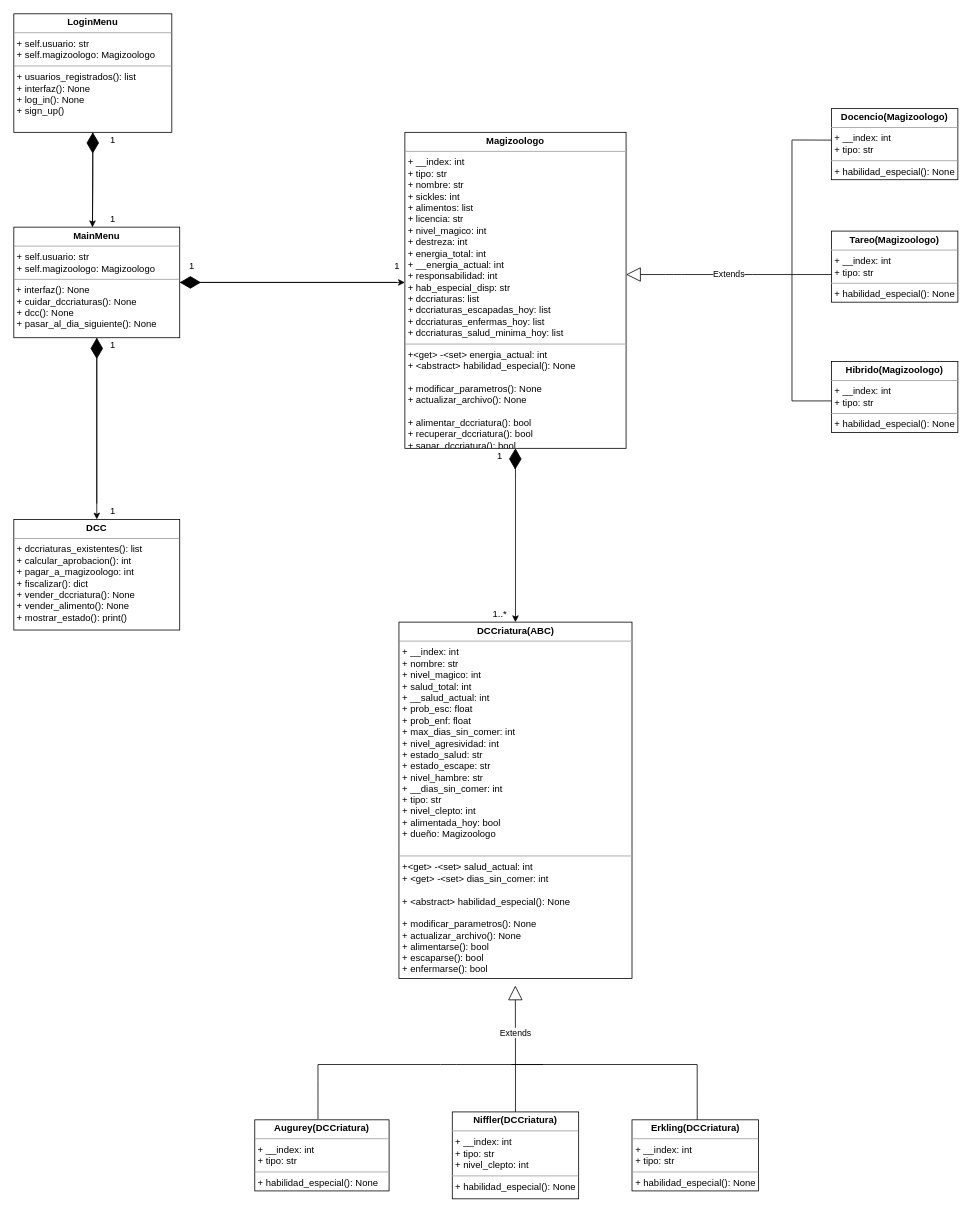
This is Tareas/T01/class_diagram.drawio from rieg-ec/IIC-2233, a draw.io file, before an edit. Source tidied: cells renumbered, new cells numbered last; positions are measured from the earlier drawing's top-left corner, leaving out a move shared by most shapes. Both pictures are drawn from the tidied source at 79%, with x=0, y=0 at pixel (13, 13).
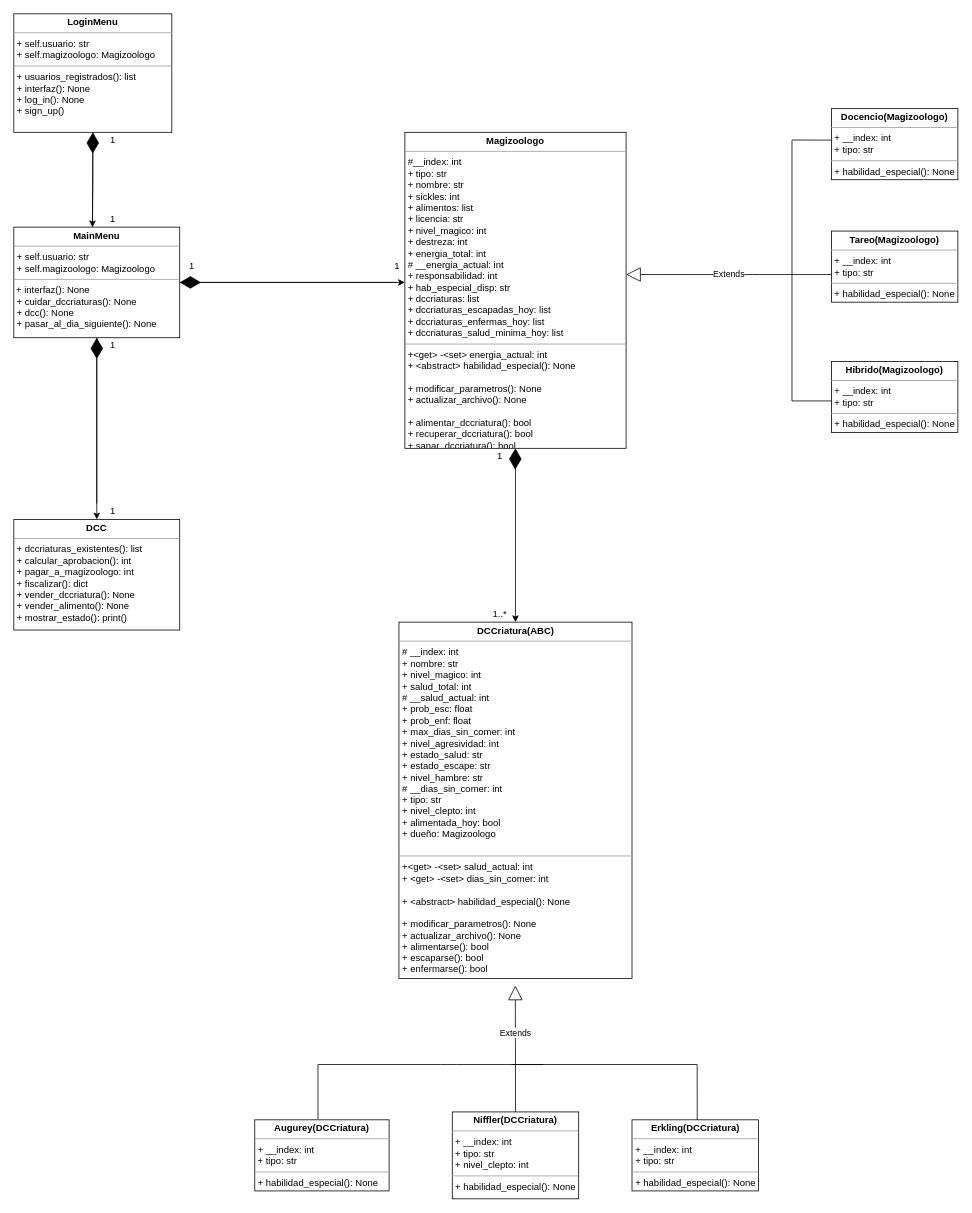
The same diagram, later.

The edit, as a diff of the source:
```diff
@@
-    <mxCell id="8" value="&lt;p style=&quot;margin: 0px ; margin-top: 4px ; text-align: center&quot;&gt;&lt;b&gt;Magizoologo&lt;/b&gt;&lt;/p&gt;&lt;hr size=&quot;1&quot;&gt;&lt;p style=&quot;margin: 0px ; margin-left: 4px&quot;&gt;+ __index: int&lt;/p&gt;&lt;p style=&quot;margin: 0px ; margin-left: 4px&quot;&gt;+ tipo: str&lt;/p&gt;&lt;p style=&quot;margin: 0px ; margin-left: 4px&quot;&gt;+ nombre: str&lt;/p&gt;&lt;p style=&quot;margin: 0px ; margin-left: 4px&quot;&gt;+ sickles: int&lt;/p&gt;&lt;p style=&quot;margin: 0px ; margin-left: 4px&quot;&gt;+ alimentos: list&lt;/p&gt;&lt;p style=&quot;margin: 0px ; margin-left: 4px&quot;&gt;+ licencia: str&lt;/p&gt;&lt;p style=&quot;margin: 0px ; margin-left: 4px&quot;&gt;+ nivel_magico: int&lt;/p&gt;&lt;p style=&quot;margin: 0px ; margin-left: 4px&quot;&gt;+ destreza: int&lt;/p&gt;&lt;p style=&quot;margin: 0px ; margin-left: 4px&quot;&gt;+ energia_total: int&lt;/p&gt;&lt;p style=&quot;margin: 0px ; margin-left: 4px&quot;&gt;+ __energia_actual: int&lt;/p&gt;&lt;p style=&quot;margin: 0px ; margin-left: 4px&quot;&gt;+ responsabilidad: int&lt;/p&gt;&lt;p style=&quot;margin: 0px ; margin-left: 4px&quot;&gt;+ hab_especial_disp: str&lt;/p&gt;&lt;p style=&quot;margin: 0px ; margin-left: 4px&quot;&gt;+ dccriaturas: list&lt;/p&gt;&lt;p style=&quot;margin: 0px ; margin-left: 4px&quot;&gt;+ dccriaturas_escapadas_hoy: list&lt;/p&gt;&lt;p style=&quot;margin: 0px ; margin-left: 4px&quot;&gt;+ dccriaturas_enfermas_hoy: list&lt;/p&gt;&lt;p style=&quot;margin: 0px ; margin-left: 4px&quot;&gt;+ dccriaturas_salud_minima_hoy: list&lt;/p&gt;&lt;hr size=&quot;1&quot;&gt;&lt;p style=&quot;margin: 0px ; margin-left: 4px&quot;&gt;+&amp;lt;get&amp;gt; -&amp;lt;set&amp;gt; energia_actual: int&lt;/p&gt;&lt;p style=&quot;margin: 0px ; margin-left: 4px&quot;&gt;+ &amp;lt;abstract&amp;gt; habilidad_especial(): None&lt;/p&gt;&lt;p style=&quot;margin: 0px ; margin-left: 4px&quot;&gt;&lt;br&gt;&lt;/p&gt;&lt;p style=&quot;margin: 0px ; margin-left: 4px&quot;&gt;+ modificar_parametros(): None&lt;/p&gt;&lt;p style=&quot;margin: 0px ; margin-left: 4px&quot;&gt;+ actualizar_archivo(): None&lt;/p&gt;&lt;p style=&quot;margin: 0px ; margin-left: 4px&quot;&gt;&lt;br&gt;&lt;/p&gt;&lt;p style=&quot;margin: 0px ; margin-left: 4px&quot;&gt;+ alimentar_dccriatura(): bool&lt;/p&gt;&lt;p style=&quot;margin: 0px ; margin-left: 4px&quot;&gt;+ recuperar_dccriatura(): bool&lt;/p&gt;&lt;p style=&quot;margin: 0px ; margin-left: 4px&quot;&gt;+ sanar_dccriatura(): bool&lt;/p&gt;&lt;p style=&quot;margin: 0px ; margin-left: 4px&quot;&gt;&lt;br&gt;&lt;/p&gt;" style="verticalAlign=top;align=left;overflow=fill;fontSize=12;fontFamily=Helvetica;html=1;" parent="1" vertex="1">
+    <mxCell id="8" value="&lt;p style=&quot;margin: 0px ; margin-top: 4px ; text-align: center&quot;&gt;&lt;b&gt;Magizoologo&lt;/b&gt;&lt;/p&gt;&lt;hr size=&quot;1&quot;&gt;&lt;p style=&quot;margin: 0px ; margin-left: 4px&quot;&gt;#__index: int&lt;/p&gt;&lt;p style=&quot;margin: 0px ; margin-left: 4px&quot;&gt;+ tipo: str&lt;/p&gt;&lt;p style=&quot;margin: 0px ; margin-left: 4px&quot;&gt;+ nombre: str&lt;/p&gt;&lt;p style=&quot;margin: 0px ; margin-left: 4px&quot;&gt;+ sickles: int&lt;/p&gt;&lt;p style=&quot;margin: 0px ; margin-left: 4px&quot;&gt;+ alimentos: list&lt;/p&gt;&lt;p style=&quot;margin: 0px ; margin-left: 4px&quot;&gt;+ licencia: str&lt;/p&gt;&lt;p style=&quot;margin: 0px ; margin-left: 4px&quot;&gt;+ nivel_magico: int&lt;/p&gt;&lt;p style=&quot;margin: 0px ; margin-left: 4px&quot;&gt;+ destreza: int&lt;/p&gt;&lt;p style=&quot;margin: 0px ; margin-left: 4px&quot;&gt;+ energia_total: int&lt;/p&gt;&lt;p style=&quot;margin: 0px ; margin-left: 4px&quot;&gt;# __energia_actual: int&lt;/p&gt;&lt;p style=&quot;margin: 0px ; margin-left: 4px&quot;&gt;+ responsabilidad: int&lt;/p&gt;&lt;p style=&quot;margin: 0px ; margin-left: 4px&quot;&gt;+ hab_especial_disp: str&lt;/p&gt;&lt;p style=&quot;margin: 0px ; margin-left: 4px&quot;&gt;+ dccriaturas: list&lt;/p&gt;&lt;p style=&quot;margin: 0px ; margin-left: 4px&quot;&gt;+ dccriaturas_escapadas_hoy: list&lt;/p&gt;&lt;p style=&quot;margin: 0px ; margin-left: 4px&quot;&gt;+ dccriaturas_enfermas_hoy: list&lt;/p&gt;&lt;p style=&quot;margin: 0px ; margin-left: 4px&quot;&gt;+ dccriaturas_salud_minima_hoy: list&lt;/p&gt;&lt;hr size=&quot;1&quot;&gt;&lt;p style=&quot;margin: 0px ; margin-left: 4px&quot;&gt;+&amp;lt;get&amp;gt; -&amp;lt;set&amp;gt; energia_actual: int&lt;/p&gt;&lt;p style=&quot;margin: 0px ; margin-left: 4px&quot;&gt;+ &amp;lt;abstract&amp;gt; habilidad_especial(): None&lt;/p&gt;&lt;p style=&quot;margin: 0px ; margin-left: 4px&quot;&gt;&lt;br&gt;&lt;/p&gt;&lt;p style=&quot;margin: 0px ; margin-left: 4px&quot;&gt;+ modificar_parametros(): None&lt;/p&gt;&lt;p style=&quot;margin: 0px ; margin-left: 4px&quot;&gt;+ actualizar_archivo(): None&lt;/p&gt;&lt;p style=&quot;margin: 0px ; margin-left: 4px&quot;&gt;&lt;br&gt;&lt;/p&gt;&lt;p style=&quot;margin: 0px ; margin-left: 4px&quot;&gt;+ alimentar_dccriatura(): bool&lt;/p&gt;&lt;p style=&quot;margin: 0px ; margin-left: 4px&quot;&gt;+ recuperar_dccriatura(): bool&lt;/p&gt;&lt;p style=&quot;margin: 0px ; margin-left: 4px&quot;&gt;+ sanar_dccriatura(): bool&lt;/p&gt;&lt;p style=&quot;margin: 0px ; margin-left: 4px&quot;&gt;&lt;br&gt;&lt;/p&gt;" style="verticalAlign=top;align=left;overflow=fill;fontSize=12;fontFamily=Helvetica;html=1;" parent="1" vertex="1">
       <mxGeometry x="495" y="150" width="280" height="400" as="geometry" />
     </mxCell>
@@
-    <mxCell id="12" value="&lt;p style=&quot;margin: 0px ; margin-top: 4px ; text-align: center&quot;&gt;&lt;b&gt;DCCriatura(ABC)&lt;/b&gt;&lt;/p&gt;&lt;hr size=&quot;1&quot;&gt;&lt;p style=&quot;margin: 0px ; margin-left: 4px&quot;&gt;+ __index: int&lt;/p&gt;&lt;p style=&quot;margin: 0px ; margin-left: 4px&quot;&gt;+ nombre: str&lt;/p&gt;&lt;p style=&quot;margin: 0px ; margin-left: 4px&quot;&gt;+ nivel_magico: int&lt;/p&gt;&lt;p style=&quot;margin: 0px ; margin-left: 4px&quot;&gt;+ salud_total: int&lt;/p&gt;&lt;p style=&quot;margin: 0px ; margin-left: 4px&quot;&gt;+ __salud_actual: int&lt;/p&gt;&lt;p style=&quot;margin: 0px ; margin-left: 4px&quot;&gt;+ prob_esc: float&lt;/p&gt;&lt;p style=&quot;margin: 0px ; margin-left: 4px&quot;&gt;+ prob_enf: float&lt;/p&gt;&lt;p style=&quot;margin: 0px ; margin-left: 4px&quot;&gt;+ max_dias_sin_comer: int&lt;/p&gt;&lt;p style=&quot;margin: 0px ; margin-left: 4px&quot;&gt;+ nivel_agresividad: int&lt;/p&gt;&lt;p style=&quot;margin: 0px ; margin-left: 4px&quot;&gt;+ estado_salud: str&lt;/p&gt;&lt;p style=&quot;margin: 0px ; margin-left: 4px&quot;&gt;+ estado_escape: str&lt;/p&gt;&lt;p style=&quot;margin: 0px ; margin-left: 4px&quot;&gt;+ nivel_hambre: str&lt;/p&gt;&lt;p style=&quot;margin: 0px ; margin-left: 4px&quot;&gt;+ __dias_sin_comer: int&lt;/p&gt;&lt;p style=&quot;margin: 0px ; margin-left: 4px&quot;&gt;+ tipo: str&lt;/p&gt;&lt;p style=&quot;margin: 0px ; margin-left: 4px&quot;&gt;+ nivel_clepto: int&lt;/p&gt;&lt;p style=&quot;margin: 0px ; margin-left: 4px&quot;&gt;+ alimentada_hoy: bool&lt;/p&gt;&lt;p style=&quot;margin: 0px ; margin-left: 4px&quot;&gt;+ dueño: Magizoologo&lt;/p&gt;&lt;p style=&quot;margin: 0px ; margin-left: 4px&quot;&gt;&lt;br&gt;&lt;/p&gt;&lt;hr size=&quot;1&quot;&gt;&lt;p style=&quot;margin: 0px ; margin-left: 4px&quot;&gt;+&amp;lt;get&amp;gt; -&amp;lt;set&amp;gt; salud_actual: int&lt;/p&gt;&lt;p style=&quot;margin: 0px ; margin-left: 4px&quot;&gt;+ &amp;lt;get&amp;gt; -&amp;lt;set&amp;gt; dias_sin_comer: int&lt;/p&gt;&lt;p style=&quot;margin: 0px ; margin-left: 4px&quot;&gt;&lt;br&gt;&lt;/p&gt;&lt;p style=&quot;margin: 0px ; margin-left: 4px&quot;&gt;+ &amp;lt;abstract&amp;gt; habilidad_especial(): None&lt;/p&gt;&lt;p style=&quot;margin: 0px ; margin-left: 4px&quot;&gt;&lt;br&gt;&lt;/p&gt;&lt;p style=&quot;margin: 0px ; margin-left: 4px&quot;&gt;+ modificar_parametros(): None&lt;/p&gt;&lt;p style=&quot;margin: 0px ; margin-left: 4px&quot;&gt;+ actualizar_archivo(): None&lt;/p&gt;&lt;p style=&quot;margin: 0px ; margin-left: 4px&quot;&gt;+ alimentarse(): bool&lt;/p&gt;&lt;p style=&quot;margin: 0px ; margin-left: 4px&quot;&gt;+ escaparse(): bool&lt;/p&gt;&lt;p style=&quot;margin: 0px ; margin-left: 4px&quot;&gt;+ enfermarse(): bool&lt;/p&gt;&lt;p style=&quot;margin: 0px ; margin-left: 4px&quot;&gt;&lt;br&gt;&lt;/p&gt;" style="verticalAlign=top;align=left;overflow=fill;fontSize=12;fontFamily=Helvetica;html=1;" parent="1" vertex="1">
+    <mxCell id="12" value="&lt;p style=&quot;margin: 0px ; margin-top: 4px ; text-align: center&quot;&gt;&lt;b&gt;DCCriatura(ABC)&lt;/b&gt;&lt;/p&gt;&lt;hr size=&quot;1&quot;&gt;&lt;p style=&quot;margin: 0px ; margin-left: 4px&quot;&gt;# __index: int&lt;/p&gt;&lt;p style=&quot;margin: 0px ; margin-left: 4px&quot;&gt;+ nombre: str&lt;/p&gt;&lt;p style=&quot;margin: 0px ; margin-left: 4px&quot;&gt;+ nivel_magico: int&lt;/p&gt;&lt;p style=&quot;margin: 0px ; margin-left: 4px&quot;&gt;+ salud_total: int&lt;/p&gt;&lt;p style=&quot;margin: 0px ; margin-left: 4px&quot;&gt;# __salud_actual: int&lt;/p&gt;&lt;p style=&quot;margin: 0px ; margin-left: 4px&quot;&gt;+ prob_esc: float&lt;/p&gt;&lt;p style=&quot;margin: 0px ; margin-left: 4px&quot;&gt;+ prob_enf: float&lt;/p&gt;&lt;p style=&quot;margin: 0px ; margin-left: 4px&quot;&gt;+ max_dias_sin_comer: int&lt;/p&gt;&lt;p style=&quot;margin: 0px ; margin-left: 4px&quot;&gt;+ nivel_agresividad: int&lt;/p&gt;&lt;p style=&quot;margin: 0px ; margin-left: 4px&quot;&gt;+ estado_salud: str&lt;/p&gt;&lt;p style=&quot;margin: 0px ; margin-left: 4px&quot;&gt;+ estado_escape: str&lt;/p&gt;&lt;p style=&quot;margin: 0px ; margin-left: 4px&quot;&gt;+ nivel_hambre: str&lt;/p&gt;&lt;p style=&quot;margin: 0px ; margin-left: 4px&quot;&gt;# __dias_sin_comer: int&lt;/p&gt;&lt;p style=&quot;margin: 0px ; margin-left: 4px&quot;&gt;+ tipo: str&lt;/p&gt;&lt;p style=&quot;margin: 0px ; margin-left: 4px&quot;&gt;+ nivel_clepto: int&lt;/p&gt;&lt;p style=&quot;margin: 0px ; margin-left: 4px&quot;&gt;+ alimentada_hoy: bool&lt;/p&gt;&lt;p style=&quot;margin: 0px ; margin-left: 4px&quot;&gt;+ dueño: Magizoologo&lt;/p&gt;&lt;p style=&quot;margin: 0px ; margin-left: 4px&quot;&gt;&lt;br&gt;&lt;/p&gt;&lt;hr size=&quot;1&quot;&gt;&lt;p style=&quot;margin: 0px ; margin-left: 4px&quot;&gt;+&amp;lt;get&amp;gt; -&amp;lt;set&amp;gt; salud_actual: int&lt;/p&gt;&lt;p style=&quot;margin: 0px ; margin-left: 4px&quot;&gt;+ &amp;lt;get&amp;gt; -&amp;lt;set&amp;gt; dias_sin_comer: int&lt;/p&gt;&lt;p style=&quot;margin: 0px ; margin-left: 4px&quot;&gt;&lt;br&gt;&lt;/p&gt;&lt;p style=&quot;margin: 0px ; margin-left: 4px&quot;&gt;+ &amp;lt;abstract&amp;gt; habilidad_especial(): None&lt;/p&gt;&lt;p style=&quot;margin: 0px ; margin-left: 4px&quot;&gt;&lt;br&gt;&lt;/p&gt;&lt;p style=&quot;margin: 0px ; margin-left: 4px&quot;&gt;+ modificar_parametros(): None&lt;/p&gt;&lt;p style=&quot;margin: 0px ; margin-left: 4px&quot;&gt;+ actualizar_archivo(): None&lt;/p&gt;&lt;p style=&quot;margin: 0px ; margin-left: 4px&quot;&gt;+ alimentarse(): bool&lt;/p&gt;&lt;p style=&quot;margin: 0px ; margin-left: 4px&quot;&gt;+ escaparse(): bool&lt;/p&gt;&lt;p style=&quot;margin: 0px ; margin-left: 4px&quot;&gt;+ enfermarse(): bool&lt;/p&gt;&lt;p style=&quot;margin: 0px ; margin-left: 4px&quot;&gt;&lt;br&gt;&lt;/p&gt;" style="verticalAlign=top;align=left;overflow=fill;fontSize=12;fontFamily=Helvetica;html=1;" parent="1" vertex="1">
       <mxGeometry x="487.5" y="770" width="295" height="451" as="geometry" />
     </mxCell>
```
